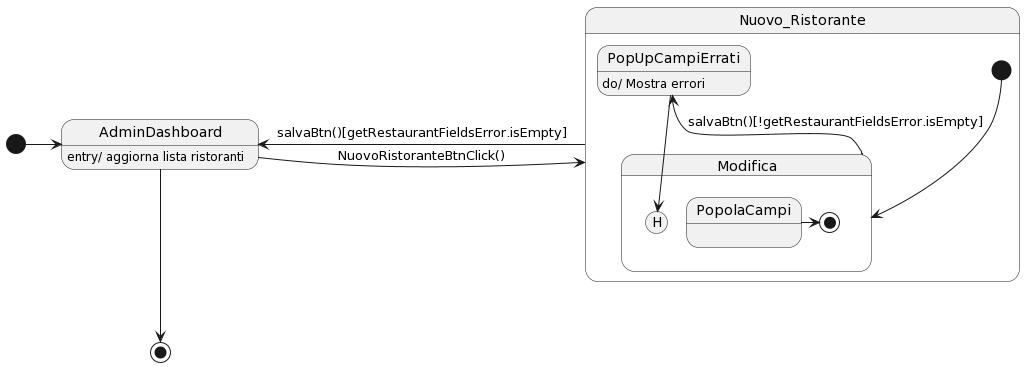
Above: Documentazione/assets/diagrammi/Statechart/aggiungiRistorante.png in Mathieus99/RatatouilleDoc (PlantUML), before the change.
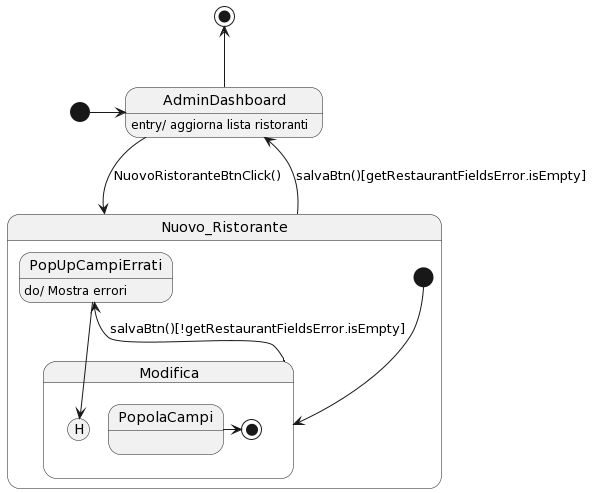
Later version of the same file.

The edit, as a diff of the source:
```diff
@@ -3,7 +3,7 @@
 
 state AdminDashboard : entry/ aggiorna lista ristoranti
 
-AdminDashboard -> Nuovo_Ristorante : NuovoRistoranteBtnClick()
+AdminDashboard -down-> Nuovo_Ristorante : NuovoRistoranteBtnClick()
 
 state Nuovo_Ristorante {
   [*] --> Modifica
@@ -19,5 +19,5 @@
 }
 
 Nuovo_Ristorante -> AdminDashboard : salvaBtn()[getRestaurantFieldsError.isEmpty]
-AdminDashboard --> [*]
+AdminDashboard -up-> [*]
 @enduml
```
